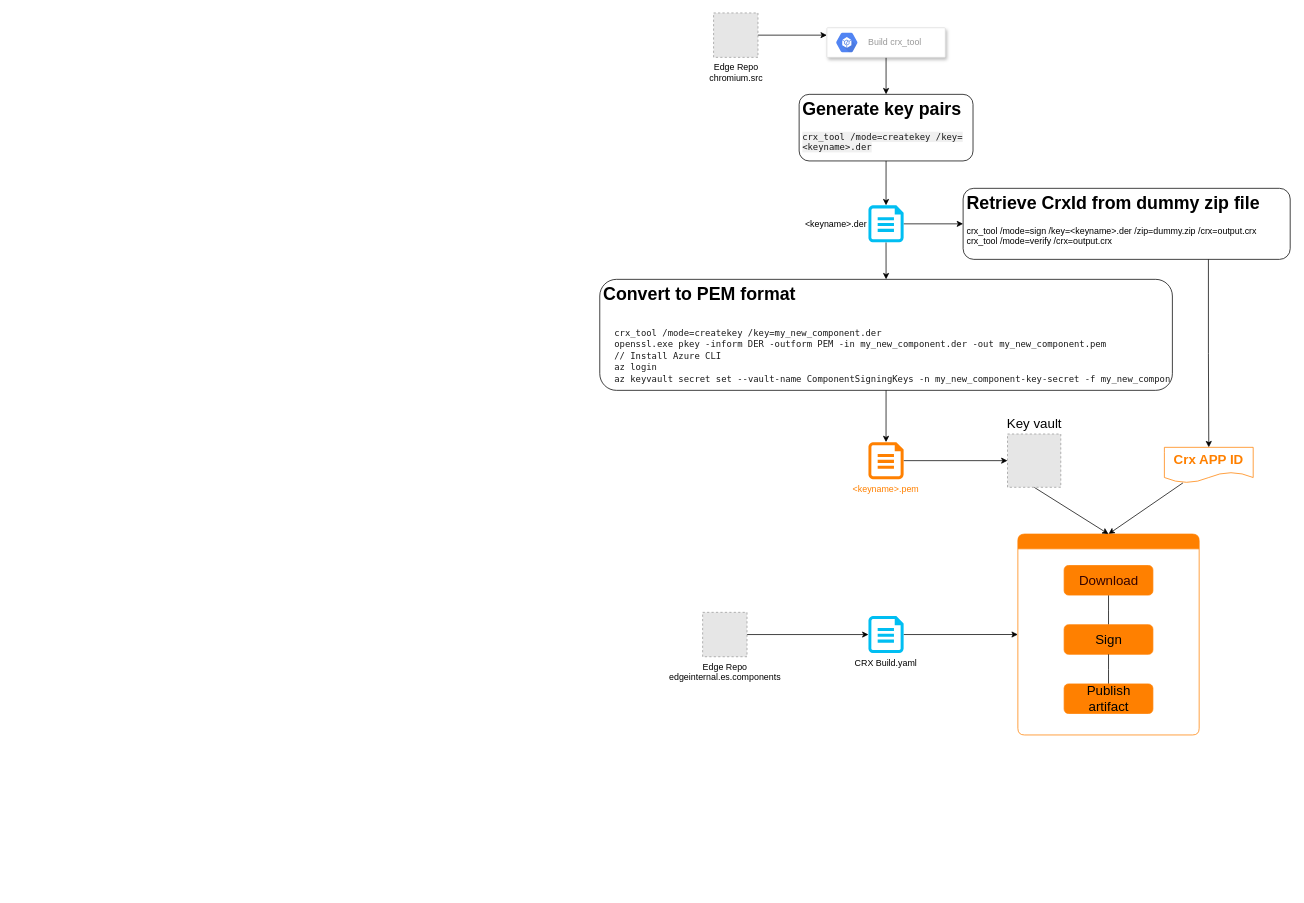
The draw.io diagram page "Infra" (2 of 3) of Wallet hub migration.drawio in lancelodliu/draw.io, before the edit. Source tidied: cells renumbered, new cells numbered last; positions are measured from the earlier drawing's top-left corner, leaving out a move shared by most shapes. Both pictures are drawn from the tidied source at 74%, with x=0, y=0 at pixel (599, 13). Pictures stored in the file or linked from it are replaced by grey dashed boxes.
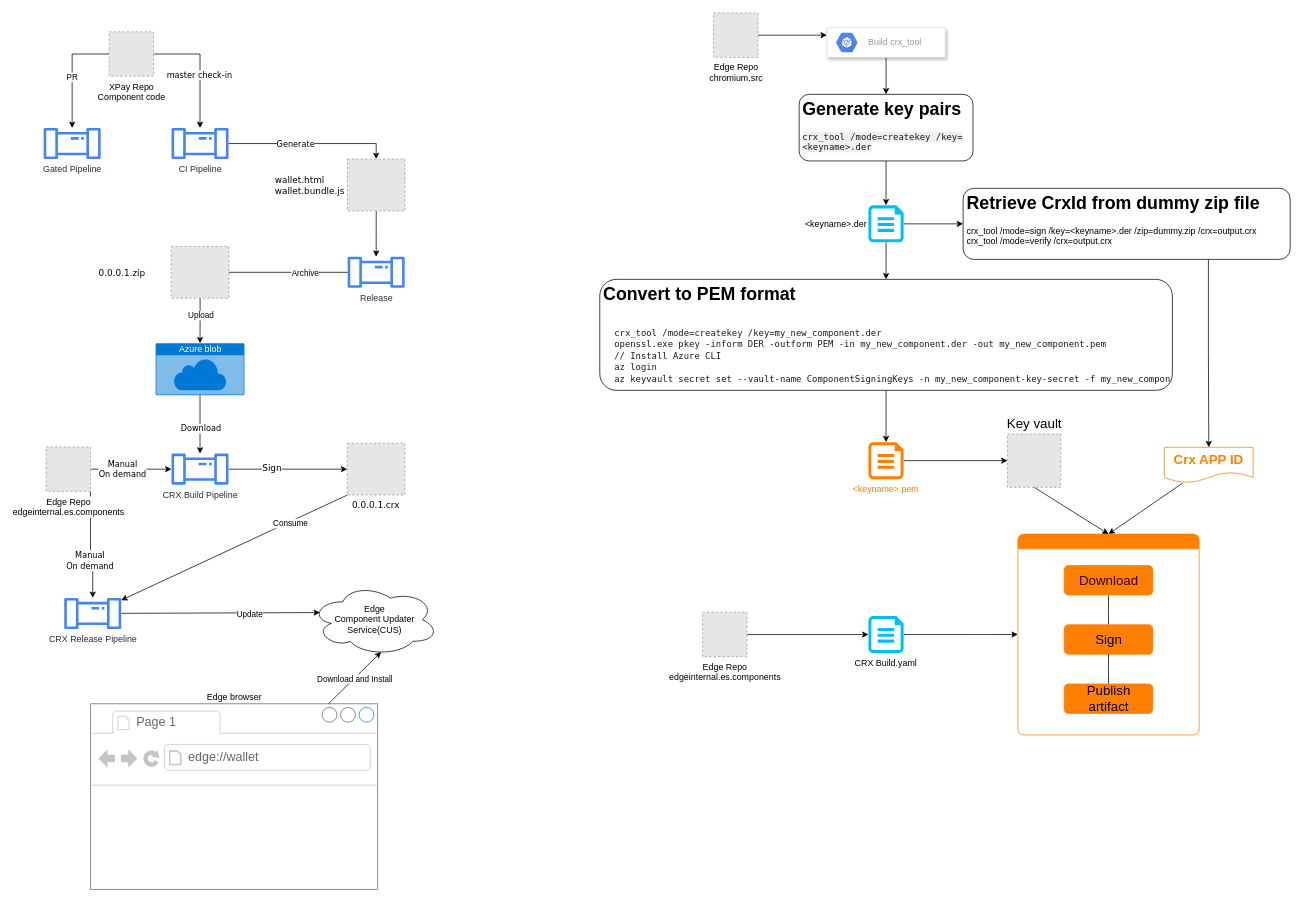
The same page after the edit.

Diff of the diagram source:
```diff
@@
+    <mxCell id="32" style="edgeStyle=orthogonalEdgeStyle;rounded=0;jettySize=auto;html=1;entryX=0.5;entryY=0;entryDx=0;entryDy=0;fontFamily=Verdana;" parent="1" edge="1" source="34" target="44">
+      <mxGeometry relative="1" as="geometry" />
+    </mxCell>
+    <mxCell id="33" value="Generate" style="edgeLabel;html=1;align=center;verticalAlign=middle;fontFamily=Verdana;" parent="32" vertex="1">
+      <mxGeometry x="-0.18" relative="1" as="geometry" />
+    </mxCell>
+    <mxCell id="34" value="CI Pipeline" style="sketch=0;outlineConnect=0;fontColor=#232F3E;gradientColor=none;fillColor=#4285F4;strokeColor=none;dashed=0;verticalLabelPosition=bottom;verticalAlign=top;align=center;html=1;fontSize=12;fontStyle=0;shape=mxgraph.aws4.iot_analytics_pipeline;labelPosition=center;" parent="1" vertex="1">
+      <mxGeometry x="-579.2" y="155.5" width="78" height="42" as="geometry" />
+    </mxCell>
+    <mxCell id="35" style="edgeStyle=orthogonalEdgeStyle;rounded=0;jettySize=auto;html=1;exitX=1;exitY=0.5;exitDx=0;exitDy=0;" parent="1" edge="1" source="39" target="34">
+      <mxGeometry relative="1" as="geometry" />
+    </mxCell>
+    <mxCell id="36" value="master check-in" style="edgeLabel;html=1;align=center;verticalAlign=middle;fontFamily=Verdana;" parent="35" vertex="1">
+      <mxGeometry x="0.12" y="-1" relative="1" as="geometry" />
+    </mxCell>
+    <mxCell id="37" style="edgeStyle=orthogonalEdgeStyle;rounded=0;jettySize=auto;html=1;exitX=0;exitY=0.5;exitDx=0;exitDy=0;fontFamily=Verdana;" parent="1" edge="1" source="39" target="40">
+      <mxGeometry relative="1" as="geometry" />
+    </mxCell>
+    <mxCell id="38" value="PR" style="edgeLabel;html=1;align=center;verticalAlign=middle;" parent="37" vertex="1">
+      <mxGeometry x="0.08" y="-1" relative="1" as="geometry" />
+    </mxCell>
+    <mxCell id="39" value="XPay Repo&lt;br&gt;Component code" style="fillColor=#E6E6E6;strokeColor=#999999;dashed=1;html=1;verticalAlign=top;verticalLabelPosition=bottom;labelBackgroundColor=#ffffff;" parent="1" vertex="1">
+      <mxGeometry x="-663" y="25.5" width="60" height="60" as="geometry" />
+    </mxCell>
+    <mxCell id="40" value="Gated Pipeline" style="sketch=0;outlineConnect=0;fontColor=#232F3E;gradientColor=none;fillColor=#4285F4;strokeColor=none;dashed=0;verticalLabelPosition=bottom;verticalAlign=top;align=center;html=1;fontSize=12;fontStyle=0;shape=mxgraph.aws4.iot_analytics_pipeline;" parent="1" vertex="1">
+      <mxGeometry x="-752" y="155.5" width="78" height="42" as="geometry" />
+    </mxCell>
+    <mxCell id="41" style="edgeStyle=orthogonalEdgeStyle;rounded=0;jettySize=auto;html=1;exitX=0.5;exitY=1;exitDx=0;exitDy=0;fontFamily=Verdana;exitPerimeter=0;" parent="1" edge="1" source="58" target="52">
+      <mxGeometry relative="1" as="geometry" />
+    </mxCell>
+    <mxCell id="42" value="Download" style="edgeLabel;html=1;align=center;verticalAlign=middle;fontFamily=Verdana;" parent="41" vertex="1">
+      <mxGeometry x="0.13" y="1" relative="1" as="geometry" />
+    </mxCell>
+    <mxCell id="43" style="edgeStyle=orthogonalEdgeStyle;rounded=0;jettySize=auto;html=1;" parent="1" edge="1" source="44" target="57">
+      <mxGeometry relative="1" as="geometry" />
+    </mxCell>
+    <mxCell id="44" value="wallet.html&#10;wallet.bundle.js" style="fillColor=#E6E6E6;strokeColor=#999999;dashed=1;verticalLabelPosition=middle;labelBackgroundColor=#ffffff;verticalAlign=middle;fontFamily=Verdana;labelPosition=left;align=left;spacingRight=0;spacing=-20;" parent="1" vertex="1">
+      <mxGeometry x="-341" y="197.5" width="77.8" height="70" as="geometry" />
+    </mxCell>
+    <mxCell id="45" style="edgeStyle=orthogonalEdgeStyle;rounded=0;jettySize=auto;html=1;exitX=1;exitY=0.5;exitDx=0;exitDy=0;fontFamily=Verdana;" parent="1" edge="1" source="49" target="52">
+      <mxGeometry relative="1" as="geometry" />
+    </mxCell>
+    <mxCell id="46" value="Manual&lt;br&gt;On demand" style="edgeLabel;html=1;align=center;verticalAlign=middle;fontFamily=Verdana;" parent="45" vertex="1">
+      <mxGeometry x="-0.22" relative="1" as="geometry" />
+    </mxCell>
+    <mxCell id="47" style="edgeStyle=orthogonalEdgeStyle;rounded=0;jettySize=auto;html=1;exitX=1;exitY=1;exitDx=0;exitDy=0;fontFamily=Verdana;fontSize=12;" parent="1" edge="1" source="49" target="54">
+      <mxGeometry relative="1" as="geometry">
+        <Array as="points">
+          <mxPoint x="-688.2" y="749.5" />
+        </Array>
+      </mxGeometry>
+    </mxCell>
+    <mxCell id="48" value="&lt;span style=&quot;font-size: 11px&quot;&gt;Manual&lt;/span&gt;&lt;br style=&quot;font-size: 11px&quot;&gt;&lt;span style=&quot;font-size: 11px&quot;&gt;On demand&lt;/span&gt;" style="edgeLabel;html=1;align=center;verticalAlign=middle;fontSize=12;fontFamily=Verdana;" parent="47" vertex="1">
+      <mxGeometry x="0.26" y="-1" relative="1" as="geometry" />
+    </mxCell>
+    <mxCell id="49" value="Edge Repo&lt;br&gt;edgeinternal.es.components" style="fillColor=#E6E6E6;strokeColor=#999999;dashed=1;html=1;verticalAlign=top;verticalLabelPosition=bottom;labelBackgroundColor=#ffffff;" parent="1" vertex="1">
+      <mxGeometry x="-748.2" y="586.5" width="60" height="60" as="geometry" />
+    </mxCell>
+    <mxCell id="50" style="edgeStyle=orthogonalEdgeStyle;rounded=0;jettySize=auto;html=1;fontFamily=Verdana;fontSize=12;" parent="1" edge="1" source="52" target="53">
+      <mxGeometry relative="1" as="geometry" />
+    </mxCell>
+    <mxCell id="51" value="Sign" style="edgeLabel;html=1;align=center;verticalAlign=middle;fontSize=12;fontFamily=Verdana;" parent="50" vertex="1">
+      <mxGeometry x="-0.28" y="1" relative="1" as="geometry" />
+    </mxCell>
+    <mxCell id="52" value="CRX Build Pipeline" style="sketch=0;outlineConnect=0;fontColor=#232F3E;gradientColor=none;fillColor=#4285F4;strokeColor=none;dashed=0;verticalLabelPosition=bottom;verticalAlign=top;align=center;html=1;fontSize=12;fontStyle=0;shape=mxgraph.aws4.iot_analytics_pipeline;" parent="1" vertex="1">
+      <mxGeometry x="-579.2" y="595.5" width="78" height="42" as="geometry" />
+    </mxCell>
+    <mxCell id="53" value="0.0.0.1.crx" style="fillColor=#E6E6E6;strokeColor=#999999;dashed=1;verticalLabelPosition=bottom;labelBackgroundColor=#ffffff;verticalAlign=top;fontFamily=Verdana;" parent="1" vertex="1">
+      <mxGeometry x="-341.2" y="581.5" width="77.8" height="70" as="geometry" />
+    </mxCell>
+    <mxCell id="54" value="CRX Release Pipeline" style="sketch=0;outlineConnect=0;fontColor=#232F3E;gradientColor=none;fillColor=#4285F4;strokeColor=none;dashed=0;verticalLabelPosition=bottom;verticalAlign=top;align=center;html=1;fontSize=12;fontStyle=0;shape=mxgraph.aws4.iot_analytics_pipeline;" parent="1" vertex="1">
+      <mxGeometry x="-724.2" y="790.5" width="78" height="42" as="geometry" />
+    </mxCell>
+    <mxCell id="55" style="edgeStyle=orthogonalEdgeStyle;rounded=0;jettySize=auto;html=1;startArrow=none;" parent="1" edge="1" source="59" target="58">
+      <mxGeometry relative="1" as="geometry" />
+    </mxCell>
+    <mxCell id="56" value="Upload" style="edgeLabel;html=1;align=center;verticalAlign=middle;" parent="55" vertex="1">
+      <mxGeometry x="-0.26" y="1" relative="1" as="geometry" />
+    </mxCell>
+    <mxCell id="57" value="Release" style="sketch=0;outlineConnect=0;fontColor=#232F3E;gradientColor=none;fillColor=#4285F4;strokeColor=none;dashed=0;verticalLabelPosition=bottom;verticalAlign=top;align=center;html=1;fontSize=12;fontStyle=0;shape=mxgraph.aws4.iot_analytics_pipeline;labelPosition=center;" parent="1" vertex="1">
+      <mxGeometry x="-341.2" y="329.5" width="78" height="42" as="geometry" />
+    </mxCell>
+    <mxCell id="58" value="Azure blob" style="html=1;strokeColor=none;fillColor=#0079D6;labelPosition=center;verticalLabelPosition=middle;verticalAlign=top;align=center;fontSize=12;outlineConnect=0;spacingTop=-6;fontColor=#FFFFFF;sketch=0;shape=mxgraph.sitemap.cloud;rounded=1;shadow=0;glass=0;labelBorderColor=none;fontFamily=Helvetica;" parent="1" vertex="1">
+      <mxGeometry x="-600.2" y="446.5" width="120" height="70" as="geometry" />
+    </mxCell>
+    <mxCell id="59" value="0.0.0.1.zip" style="fillColor=#E6E6E6;strokeColor=#999999;dashed=1;verticalLabelPosition=middle;labelBackgroundColor=#ffffff;verticalAlign=middle;fontFamily=Verdana;labelPosition=left;align=left;spacingRight=0;spacing=-20;" parent="1" vertex="1">
+      <mxGeometry x="-579" y="315.5" width="77.8" height="70" as="geometry" />
+    </mxCell>
+    <mxCell id="60" style="edgeStyle=orthogonalEdgeStyle;rounded=0;jettySize=auto;html=1;endArrow=none;" parent="1" edge="1" source="57" target="59">
+      <mxGeometry relative="1" as="geometry" />
+    </mxCell>
+    <mxCell id="61" value="Archive" style="edgeLabel;html=1;align=center;verticalAlign=middle;" parent="60" vertex="1">
+      <mxGeometry x="-0.28" y="1" relative="1" as="geometry" />
+    </mxCell>
+    <mxCell id="62" value="Edge browser" style="strokeWidth=1;shadow=0;dashed=0;align=center;html=1;shape=mxgraph.mockup.containers.browserWindow;rSize=0;strokeColor=#666666;strokeColor2=#008cff;strokeColor3=#c4c4c4;mainText=,;labelPosition=center;verticalLabelPosition=top;verticalAlign=bottom;" parent="1" vertex="1">
+      <mxGeometry x="-688.2" y="933.5" width="388" height="251" as="geometry" />
+    </mxCell>
+    <mxCell id="63" value="Page 1" style="strokeWidth=1;shadow=0;dashed=0;align=center;html=1;shape=mxgraph.mockup.containers.anchor;fontSize=17;fontColor=#666666;align=left;" parent="62" vertex="1">
+      <mxGeometry x="60" y="12" width="110" height="26" as="geometry" />
+    </mxCell>
+    <mxCell id="64" value="edge://wallet" style="strokeWidth=1;shadow=0;dashed=0;align=center;html=1;shape=mxgraph.mockup.containers.anchor;rSize=0;fontSize=17;fontColor=#666666;align=left;" parent="62" vertex="1">
+      <mxGeometry x="130" y="60" width="250" height="26" as="geometry" />
+    </mxCell>
+    <mxCell id="65" style="endArrow=classic;html=1;rounded=0;exitX=0;exitY=1;exitDx=0;exitDy=0;" parent="1" edge="1" source="53" target="54">
+      <mxGeometry relative="1" as="geometry" />
+    </mxCell>
+    <mxCell id="66" value="Consume" style="edgeLabel;html=1;align=center;verticalAlign=middle;" parent="65" vertex="1">
+      <mxGeometry x="-0.49" y="2" relative="1" as="geometry" />
+    </mxCell>
+    <mxCell id="67" value="Edge&lt;br&gt;Component Updater&lt;br&gt;Service(CUS)" style="ellipse;shape=cloud;whiteSpace=wrap;html=1;" parent="1" vertex="1">
+      <mxGeometry x="-390.2" y="771.5" width="172.1" height="97" as="geometry" />
+    </mxCell>
+    <mxCell id="68" style="endArrow=classic;html=1;rounded=0;entryX=0.07;entryY=0.4;entryDx=0;entryDy=0;entryPerimeter=0;" parent="1" edge="1" source="54" target="67">
+      <mxGeometry relative="1" as="geometry" />
+    </mxCell>
+    <mxCell id="69" value="Update" style="edgeLabel;html=1;align=center;verticalAlign=middle;" parent="68" vertex="1">
+      <mxGeometry x="0.29" y="-2" relative="1" as="geometry" />
+    </mxCell>
+    <mxCell id="70" style="endArrow=classic;html=1;rounded=0;entryX=0.55;entryY=0.95;entryDx=0;entryDy=0;entryPerimeter=0;" parent="1" edge="1" source="62" target="67">
+      <mxGeometry relative="1" as="geometry" />
+    </mxCell>
+    <mxCell id="71" value="Download and Install" style="edgeLabel;html=1;align=center;verticalAlign=middle;" parent="70" vertex="1">
+      <mxGeometry x="-0.3" y="-1" relative="1" as="geometry">
+        <mxPoint x="9" y="-10" as="offset" />
+      </mxGeometry>
+    </mxCell>
```
